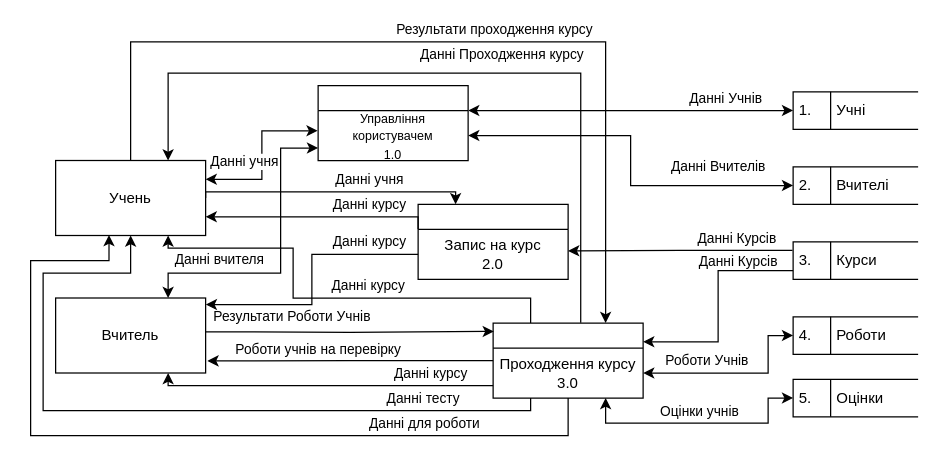
This is page "DFD 0 level" (3 of 4) of LR2.drawio from SlayVic/Charts, a draw.io file, before an edit. Source tidied: cells renumbered, new cells numbered last; positions are measured from the earlier drawing's top-left corner, leaving out a move shared by most shapes. Both pictures are drawn from the tidied source at 125%, with x=0, y=0 at pixel (30, 41).
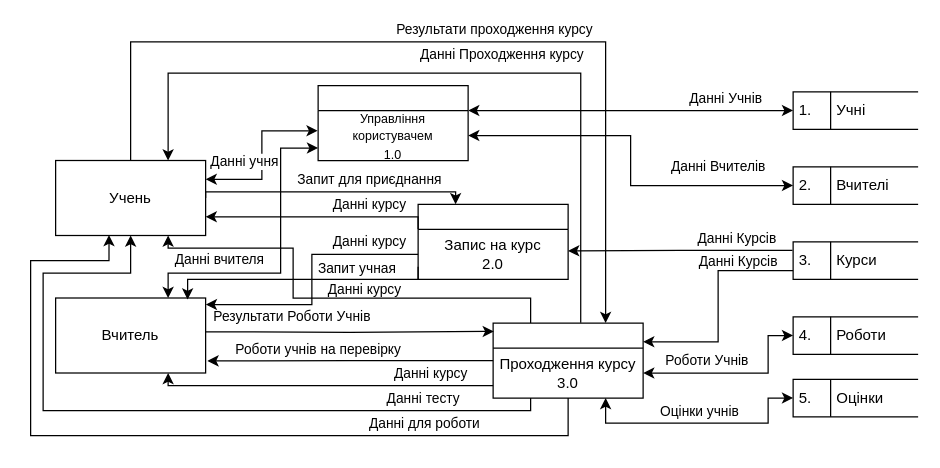
After the change.

Unchanged cells that the change refers to:
```xml
<mxCell id="7" value="Запис на курс&lt;br&gt;2.0" style="text;html=1;strokeColor=none;fillColor=none;align=center;verticalAlign=middle;whiteSpace=wrap;rounded=0;" parent="5" vertex="1">
  <mxGeometry y="20" width="120" height="40" as="geometry" />
</mxCell>
<mxCell id="19" value="Вчитель" style="rounded=0;whiteSpace=wrap;html=1;" parent="1" vertex="1">
  <mxGeometry x="20" y="204.9" width="120" height="60" as="geometry" />
</mxCell>
<mxCell id="43" style="edgeStyle=orthogonalEdgeStyle;rounded=0;jettySize=auto;html=1;exitX=0.25;exitY=0;exitDx=0;exitDy=0;entryX=0.75;entryY=1;entryDx=0;entryDy=0;startArrow=none;startFill=0;" parent="1" edge="1" source="9" target="14">
  <mxGeometry relative="1" as="geometry">
    <Array as="points">
      <mxPoint x="400" y="204.9" />
      <mxPoint x="210" y="204.9" />
      <mxPoint x="210" y="164.9" />
      <mxPoint x="110" y="164.9" />
    </Array>
  </mxGeometry>
</mxCell>
```

Diff of the diagram source:
```diff
@@
-    <mxCell id="44" value="Данні курсу" style="edgeLabel;html=1;align=center;verticalAlign=middle;" parent="43" vertex="1">
+    <mxCell id="44" value="Данні курсу" style="edgeLabel;html=1;align=center;verticalAlign=middle;labelBackgroundColor=none;" parent="43" vertex="1">
       <mxGeometry x="-0.26" y="1" relative="1" as="geometry">
-        <mxPoint x="-18" y="-11" as="offset" />
+        <mxPoint x="-21" y="-8" as="offset" />
       </mxGeometry>
     </mxCell>
@@
-    <mxCell id="53" value="Данні учня" style="edgeLabel;html=1;align=center;verticalAlign=middle;" parent="1" vertex="1">
+    <mxCell id="53" value="Запит для приєднання" style="edgeLabel;html=1;align=center;verticalAlign=middle;" parent="1" vertex="1">
       <mxGeometry x="270" y="109.9" as="geometry" />
     </mxCell>
@@
+    <mxCell id="56" style="edgeStyle=orthogonalEdgeStyle;rounded=0;jettySize=auto;html=1;exitX=0;exitY=0.75;exitDx=0;exitDy=0;entryX=0.88;entryY=0.021;entryDx=0;entryDy=0;entryPerimeter=0;" parent="1" edge="1" source="7" target="19">
+      <mxGeometry relative="1" as="geometry">
+        <Array as="points">
+          <mxPoint x="310" y="190" />
+          <mxPoint x="126" y="190" />
+        </Array>
+      </mxGeometry>
+    </mxCell>
+    <mxCell id="57" value="Запит учная" style="edgeLabel;html=1;align=center;verticalAlign=middle;labelBackgroundColor=none;" parent="56" vertex="1">
+      <mxGeometry x="-0.4" y="1" relative="1" as="geometry">
+        <mxPoint x="3" y="-11" as="offset" />
+      </mxGeometry>
+    </mxCell>
```
